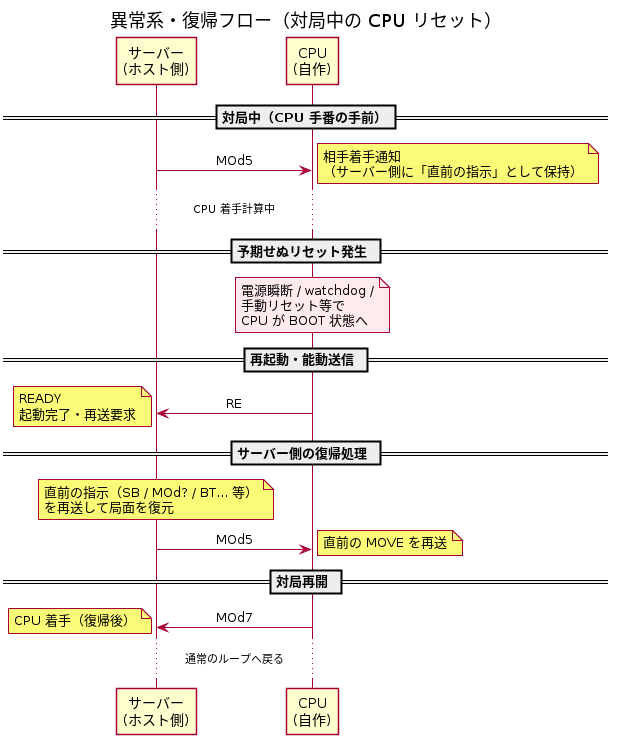
This is doc/reversi/61-flow-recovery.png from tommie-jp/tommie-chat, a PlantUML export, as it was before one commit. Its source is kept beside it as doc/reversi/61-flow-recovery.puml.
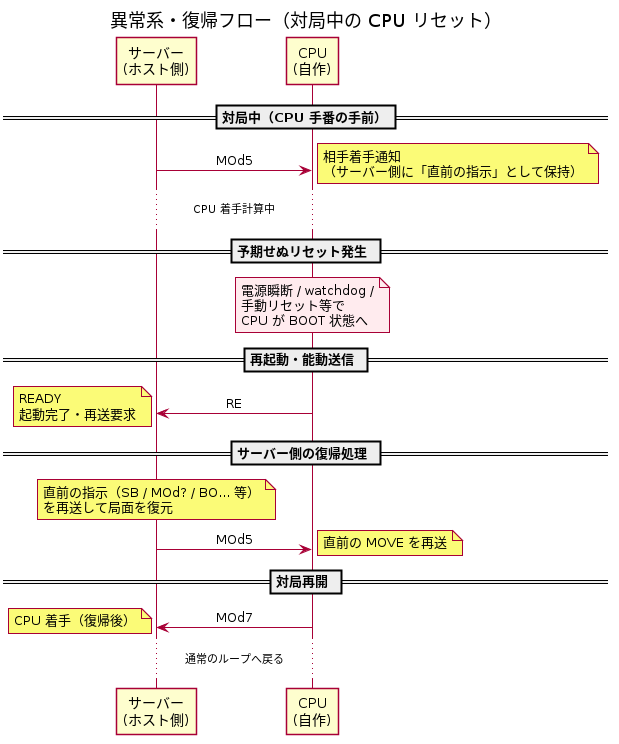
Later version of the same file.

The edit, as a diff of the source:
```diff
@@ -26,7 +26,7 @@
 
 == サーバー側の復帰処理 ==
 note over S
-  直前の指示（SB / MOd? / BT... 等）
+  直前の指示（SB / MOd? / BO... 等）
   を再送して局面を復元
 end note
 S -> C : MOd5
```
